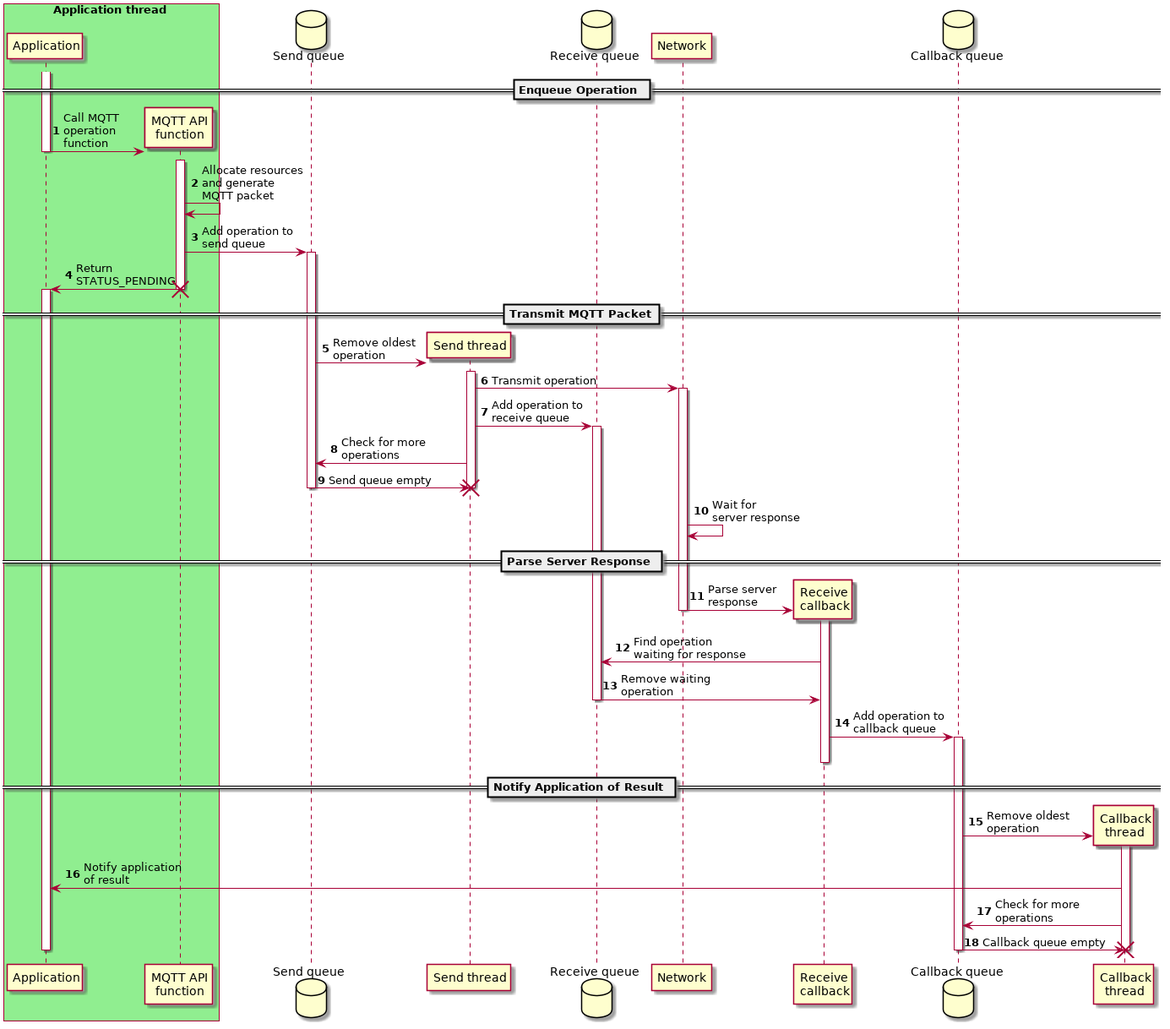
aws/amazon-freertos keeps this PlantUML diagram as doc/plantuml/images/mqtt_design_typicaloperation.png. Above is the earlier version. The source it was exported from:
```plantuml
@startuml
skinparam classFontSize 8
skinparam classFontName Helvetica
autonumber

box "Application thread" #LightGreen
    participant "Application" as application
    create participant "MQTT API\nfunction" as api
end box

database "Send queue" as send_queue

== Enqueue Operation ==
activate application
application -> api: Call MQTT\noperation\nfunction
deactivate application
activate api
api -> api: Allocate resources\nand generate\nMQTT packet
api -> send_queue: Add operation to\nsend queue
activate send_queue
api -> application: Return\nSTATUS_PENDING
destroy api
activate application

== Transmit MQTT Packet ==
create participant "Send thread" as send_thread
database "Receive queue" as receive_queue
participant "Network" as network

send_queue -> send_thread: Remove oldest\noperation
activate send_thread
send_thread -> network: Transmit operation
activate network
send_thread -> receive_queue: Add operation to\nreceive queue
activate receive_queue
send_thread -> send_queue: Check for more\noperations
send_queue -> send_thread: Send queue empty
deactivate send_queue
destroy send_thread

network -> network: Wait for\nserver response

== Parse Server Response ==
create participant "Receive\ncallback" as receive_callback
network -> receive_callback: Parse server\nresponse
deactivate network

database "Callback queue" as callback_queue

activate receive_callback
receive_callback -> receive_queue: Find operation\nwaiting for response
receive_queue -> receive_callback: Remove waiting\noperation
deactivate receive_queue
receive_callback -> callback_queue: Add operation to\ncallback queue
activate callback_queue
deactivate receive_callback

== Notify Application of Result ==
create participant "Callback\nthread" as callback_thread
callback_queue -> callback_thread: Remove oldest\noperation

activate callback_thread
callback_thread -> application: Notify application\nof result
callback_thread -> callback_queue: Check for more\noperations
callback_queue -> callback_thread: Callback queue empty
deactivate callback_queue
destroy callback_thread

deactivate application

@enduml
```
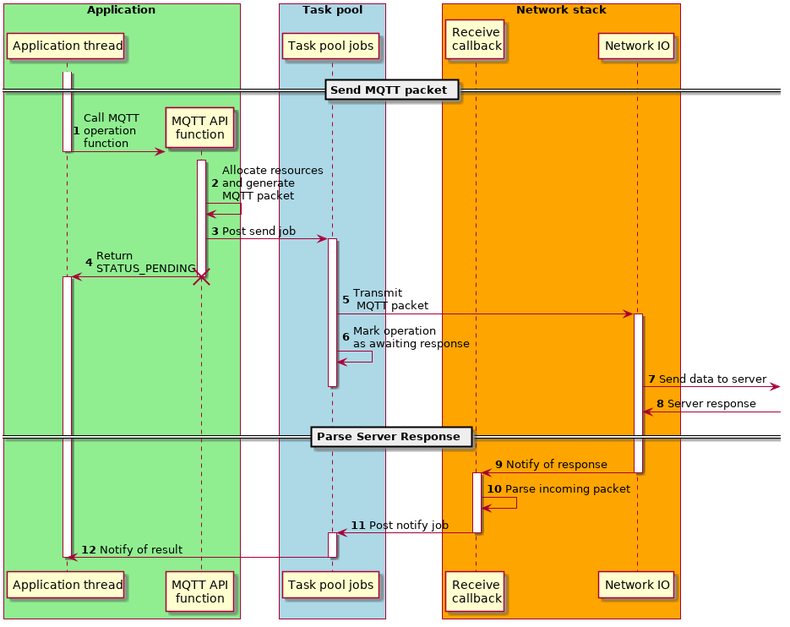
Above is the later version.

Change to the diagram source:
```diff
@@ -3,69 +3,50 @@
 skinparam classFontName Helvetica
 autonumber
 
-box "Application thread" #LightGreen
-    participant "Application" as application
+box "Application" #LightGreen
+    participant "Application thread" as application
     create participant "MQTT API\nfunction" as api
 end box
 
-database "Send queue" as send_queue
+box "Task pool" #LightBlue
+    participant "Task pool jobs" as task_pool
+end box
 
-== Enqueue Operation ==
+box "Network stack" #Orange
+    participant "Receive\ncallback" as receive_callback
+    participant "Network IO" as network
+end box
+
+== Send MQTT packet ==
 activate application
 application -> api: Call MQTT\noperation\nfunction
 deactivate application
 activate api
 api -> api: Allocate resources\nand generate\nMQTT packet
-api -> send_queue: Add operation to\nsend queue
-activate send_queue
+api -> task_pool: Post send job
+activate task_pool
 api -> application: Return\nSTATUS_PENDING
 destroy api
 activate application
+task_pool -> network: Transmit\n MQTT packet
+activate network
+task_pool -> task_pool: Mark operation\nas awaiting response
+network -> : Send data to server
+deactivate task_pool
 
-== Transmit MQTT Packet ==
-create participant "Send thread" as send_thread
-database "Receive queue" as receive_queue
-participant "Network" as network
-
-send_queue -> send_thread: Remove oldest\noperation
-activate send_thread
-send_thread -> network: Transmit operation
-activate network
-send_thread -> receive_queue: Add operation to\nreceive queue
-activate receive_queue
-send_thread -> send_queue: Check for more\noperations
-send_queue -> send_thread: Send queue empty
-deactivate send_queue
-destroy send_thread
-
-network -> network: Wait for\nserver response
+network <- : Server response
 
 == Parse Server Response ==
-create participant "Receive\ncallback" as receive_callback
-network -> receive_callback: Parse server\nresponse
+network -> receive_callback: Notify of response
 deactivate network
+activate receive_callback
+receive_callback -> receive_callback: Parse incoming packet
+receive_callback -> task_pool: Post notify job
+deactivate receive_callback
+activate task_pool
+task_pool -> application: Notify of result
 
-database "Callback queue" as callback_queue
-
-activate receive_callback
-receive_callback -> receive_queue: Find operation\nwaiting for response
-receive_queue -> receive_callback: Remove waiting\noperation
-deactivate receive_queue
-receive_callback -> callback_queue: Add operation to\ncallback queue
-activate callback_queue
-deactivate receive_callback
-
-== Notify Application of Result ==
-create participant "Callback\nthread" as callback_thread
-callback_queue -> callback_thread: Remove oldest\noperation
-
-activate callback_thread
-callback_thread -> application: Notify application\nof result
-callback_thread -> callback_queue: Check for more\noperations
-callback_queue -> callback_thread: Callback queue empty
-deactivate callback_queue
-destroy callback_thread
-
+deactivate task_pool
 deactivate application
 
 @enduml
```
